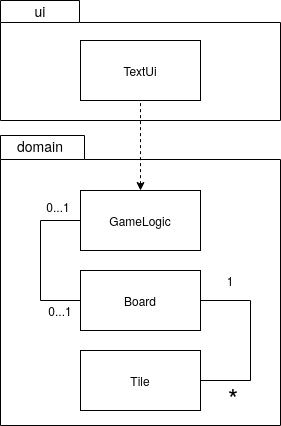
The draw.io diagram dokumentointi/kuvat/pakkauskaavio.png in glinoen/ot-harjoitustyo2020, before a commit. Source tidied: cells renumbered, new cells last; positions are measured from the earlier drawing's top-left corner, leaving out a move shared by most shapes. Its diagram source:
```xml
<mxGraphModel>
  <root>
    <mxCell id="0" />
    <mxCell id="1" parent="0" />
    <mxCell id="2" style="shape=folder;fontStyle=1;spacingTop=10;tabWidth=79;tabHeight=22;tabPosition=left;html=1;" parent="1" vertex="1">
      <mxGeometry width="280" height="120" as="geometry" />
    </mxCell>
    <mxCell id="3" style="shape=folder;fontStyle=1;spacingTop=10;tabWidth=84;tabHeight=24;tabPosition=left;html=1;gradientColor=none;fillColor=#ffffff;" parent="1" vertex="1">
      <mxGeometry y="135" width="280" height="290" as="geometry" />
    </mxCell>
    <mxCell id="4" style="edgeStyle=orthogonalEdgeStyle;rounded=0;jettySize=auto;html=1;entryX=0;entryY=0.5;entryDx=0;entryDy=0;endArrow=none;endFill=0;" parent="1" edge="1" source="5" target="7">
      <mxGeometry relative="1" as="geometry">
        <Array as="points">
          <mxPoint x="40" y="220" />
          <mxPoint x="40" y="300" />
        </Array>
      </mxGeometry>
    </mxCell>
    <mxCell id="5" value="GameLogic" style="rounded=0;whiteSpace=wrap;html=1;" parent="1" vertex="1">
      <mxGeometry x="80" y="190" width="120" height="60" as="geometry" />
    </mxCell>
    <mxCell id="6" style="edgeStyle=orthogonalEdgeStyle;rounded=0;jettySize=auto;html=1;exitX=1;exitY=0.5;exitDx=0;exitDy=0;entryX=1;entryY=0.5;entryDx=0;entryDy=0;endArrow=none;endFill=0;" parent="1" edge="1" source="7" target="8">
      <mxGeometry relative="1" as="geometry">
        <Array as="points">
          <mxPoint x="250" y="300" />
          <mxPoint x="250" y="380" />
        </Array>
      </mxGeometry>
    </mxCell>
    <mxCell id="7" value="Board" style="rounded=0;whiteSpace=wrap;html=1;" parent="1" vertex="1">
      <mxGeometry x="80" y="270" width="120" height="60" as="geometry" />
    </mxCell>
    <mxCell id="8" value="Tile" style="rounded=0;whiteSpace=wrap;html=1;" parent="1" vertex="1">
      <mxGeometry x="80" y="350" width="120" height="60" as="geometry" />
    </mxCell>
    <mxCell id="9" style="endArrow=none;dashed=1;html=1;startArrow=classic;startFill=1;entryX=0.5;entryY=1;entryDx=0;entryDy=0;" parent="1" edge="1" source="5" target="16">
      <mxGeometry relative="1" as="geometry" />
    </mxCell>
    <mxCell id="10" value="1" style="text;html=1;strokeColor=none;fillColor=none;align=center;verticalAlign=middle;whiteSpace=wrap;rounded=0;" parent="1" vertex="1">
      <mxGeometry x="210" y="270" width="40" height="20" as="geometry" />
    </mxCell>
    <mxCell id="11" value="&lt;font style=&quot;font-size: 26px&quot;&gt;*&lt;/font&gt;" style="text;html=1;strokeColor=none;fillColor=none;align=center;verticalAlign=middle;whiteSpace=wrap;rounded=0;" parent="1" vertex="1">
      <mxGeometry x="213" y="386" width="40" height="20" as="geometry" />
    </mxCell>
    <mxCell id="12" value="0...1" style="text;html=1;strokeColor=none;fillColor=none;align=center;verticalAlign=middle;whiteSpace=wrap;rounded=0;" parent="1" vertex="1">
      <mxGeometry x="38" y="196" width="40" height="20" as="geometry" />
    </mxCell>
    <mxCell id="13" value="0...1" style="text;html=1;strokeColor=none;fillColor=none;align=center;verticalAlign=middle;whiteSpace=wrap;rounded=0;" parent="1" vertex="1">
      <mxGeometry x="40" y="300" width="40" height="20" as="geometry" />
    </mxCell>
    <mxCell id="14" value="&lt;font style=&quot;font-size: 14px&quot;&gt;domain&lt;/font&gt;" style="text;html=1;strokeColor=none;fillColor=none;align=center;verticalAlign=middle;whiteSpace=wrap;rounded=0;" parent="1" vertex="1">
      <mxGeometry x="20" y="135" width="40" height="20" as="geometry" />
    </mxCell>
    <mxCell id="15" value="&lt;font style=&quot;font-size: 14px&quot;&gt;ui&lt;/font&gt;" style="text;html=1;strokeColor=none;fillColor=none;align=center;verticalAlign=middle;whiteSpace=wrap;rounded=0;" parent="1" vertex="1">
      <mxGeometry x="20" width="40" height="20" as="geometry" />
    </mxCell>
    <mxCell id="16" value="TextUi" style="rounded=0;whiteSpace=wrap;html=1;" parent="1" vertex="1">
      <mxGeometry x="80" y="40" width="120" height="60" as="geometry" />
    </mxCell>
  </root>
</mxGraphModel>
```
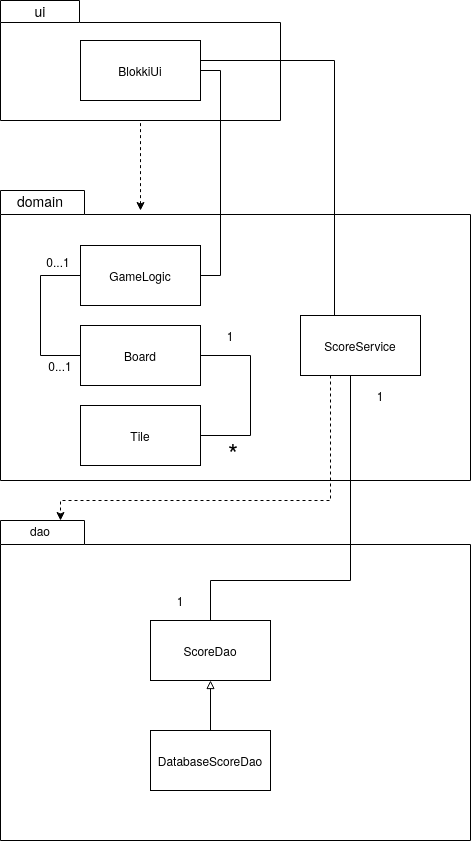
After the commit.

What changed in the source:
```diff
@@ -3,10 +3,10 @@
     <mxCell id="0" />
     <mxCell id="1" parent="0" />
     <mxCell id="2" style="shape=folder;fontStyle=1;spacingTop=10;tabWidth=79;tabHeight=22;tabPosition=left;html=1;" parent="1" vertex="1">
-      <mxGeometry width="280" height="120" as="geometry" />
+      <mxGeometry y="-55" width="280" height="120" as="geometry" />
     </mxCell>
     <mxCell id="3" style="shape=folder;fontStyle=1;spacingTop=10;tabWidth=84;tabHeight=24;tabPosition=left;html=1;gradientColor=none;fillColor=#ffffff;" parent="1" vertex="1">
-      <mxGeometry y="135" width="280" height="290" as="geometry" />
+      <mxGeometry y="135" width="470" height="290" as="geometry" />
     </mxCell>
     <mxCell id="4" style="edgeStyle=orthogonalEdgeStyle;rounded=0;jettySize=auto;html=1;entryX=0;entryY=0.5;entryDx=0;entryDy=0;endArrow=none;endFill=0;" parent="1" edge="1" source="5" target="7">
       <mxGeometry relative="1" as="geometry">
@@ -33,8 +33,11 @@
     <mxCell id="8" value="Tile" style="rounded=0;whiteSpace=wrap;html=1;" parent="1" vertex="1">
       <mxGeometry x="80" y="350" width="120" height="60" as="geometry" />
     </mxCell>
-    <mxCell id="9" style="endArrow=none;dashed=1;html=1;startArrow=classic;startFill=1;entryX=0.5;entryY=1;entryDx=0;entryDy=0;" parent="1" edge="1" source="5" target="16">
-      <mxGeometry relative="1" as="geometry" />
+    <mxCell id="9" style="endArrow=none;dashed=1;html=1;startArrow=classic;startFill=1;" parent="1" edge="1">
+      <mxGeometry relative="1" as="geometry">
+        <mxPoint x="140" y="155" as="sourcePoint" />
+        <mxPoint x="140" y="65" as="targetPoint" />
+      </mxGeometry>
     </mxCell>
     <mxCell id="10" value="1" style="text;html=1;strokeColor=none;fillColor=none;align=center;verticalAlign=middle;whiteSpace=wrap;rounded=0;" parent="1" vertex="1">
       <mxGeometry x="210" y="270" width="40" height="20" as="geometry" />
@@ -52,10 +55,74 @@
       <mxGeometry x="20" y="135" width="40" height="20" as="geometry" />
     </mxCell>
     <mxCell id="15" value="&lt;font style=&quot;font-size: 14px&quot;&gt;ui&lt;/font&gt;" style="text;html=1;strokeColor=none;fillColor=none;align=center;verticalAlign=middle;whiteSpace=wrap;rounded=0;" parent="1" vertex="1">
-      <mxGeometry x="20" width="40" height="20" as="geometry" />
+      <mxGeometry x="20" y="-55" width="40" height="20" as="geometry" />
     </mxCell>
+    <mxCell id="17" style="edgeStyle=orthogonalEdgeStyle;rounded=0;jettySize=auto;html=1;entryX=1;entryY=0.5;entryDx=0;entryDy=0;endArrow=none;endFill=0;" parent="1" edge="1" source="16" target="5">
+      <mxGeometry relative="1" as="geometry">
+        <Array as="points">
+          <mxPoint x="220" y="15" />
+          <mxPoint x="220" y="220" />
+        </Array>
+      </mxGeometry>
+    </mxCell>
+    <mxCell id="18" style="edgeStyle=orthogonalEdgeStyle;rounded=0;jettySize=auto;html=1;entryX=0.45;entryY=0.033;entryDx=0;entryDy=0;entryPerimeter=0;endArrow=none;endFill=0;" parent="1" edge="1" source="16" target="21">
+      <mxGeometry relative="1" as="geometry">
+        <Array as="points">
+          <mxPoint x="334" y="5" />
+        </Array>
+      </mxGeometry>
+    </mxCell>
-    <mxCell id="16" value="TextUi" style="rounded=0;whiteSpace=wrap;html=1;" parent="1" vertex="1">
-      <mxGeometry x="80" y="40" width="120" height="60" as="geometry" />
+    <mxCell id="16" value="BlokkiUi" style="rounded=0;whiteSpace=wrap;html=1;" parent="1" vertex="1">
+      <mxGeometry x="80" y="-15" width="120" height="60" as="geometry" />
     </mxCell>
+    <mxCell id="19" style="edgeStyle=orthogonalEdgeStyle;rounded=0;jettySize=auto;html=1;entryX=0.5;entryY=0;entryDx=0;entryDy=0;endArrow=none;endFill=0;" parent="1" edge="1" source="21" target="24">
+      <mxGeometry relative="1" as="geometry">
+        <Array as="points">
+          <mxPoint x="350" y="565" />
+        </Array>
+      </mxGeometry>
+    </mxCell>
+    <mxCell id="20" style="edgeStyle=orthogonalEdgeStyle;rounded=0;jettySize=auto;html=1;endArrow=classic;endFill=1;dashed=1;" parent="1" edge="1" source="21" target="22">
+      <mxGeometry relative="1" as="geometry">
+        <Array as="points">
+          <mxPoint x="330" y="445" />
+          <mxPoint x="60" y="445" />
+        </Array>
+      </mxGeometry>
+    </mxCell>
+    <mxCell id="21" value="ScoreService" style="rounded=0;whiteSpace=wrap;html=1;" parent="1" vertex="1">
+      <mxGeometry x="300" y="260" width="120" height="60" as="geometry" />
+    </mxCell>
+    <mxCell id="22" style="shape=folder;fontStyle=1;spacingTop=10;tabWidth=84;tabHeight=24;tabPosition=left;html=1;gradientColor=none;fillColor=#ffffff;" parent="1" vertex="1">
+      <mxGeometry y="465" width="470" height="320" as="geometry" />
+    </mxCell>
+    <mxCell id="23" style="edgeStyle=orthogonalEdgeStyle;rounded=0;jettySize=auto;html=1;endArrow=none;endFill=0;" parent="1" edge="1" source="24">
+      <mxGeometry relative="1" as="geometry">
+        <mxPoint x="350" y="465" as="targetPoint" />
+        <Array as="points">
+          <mxPoint x="210" y="525" />
+          <mxPoint x="350" y="525" />
+          <mxPoint x="350" y="485" />
+        </Array>
+      </mxGeometry>
+    </mxCell>
+    <mxCell id="24" value="ScoreDao" style="rounded=0;whiteSpace=wrap;html=1;" parent="1" vertex="1">
+      <mxGeometry x="150" y="565" width="120" height="60" as="geometry" />
+    </mxCell>
+    <mxCell id="25" value="dao" style="text;html=1;strokeColor=none;fillColor=none;align=center;verticalAlign=middle;whiteSpace=wrap;rounded=0;" parent="1" vertex="1">
+      <mxGeometry x="20" y="465" width="40" height="20" as="geometry" />
+    </mxCell>
+    <mxCell id="26" style="edgeStyle=orthogonalEdgeStyle;rounded=0;jettySize=auto;html=1;endArrow=block;endFill=0;" parent="1" edge="1" source="27" target="24">
+      <mxGeometry relative="1" as="geometry" />
+    </mxCell>
+    <mxCell id="27" value="DatabaseScoreDao" style="rounded=0;whiteSpace=wrap;html=1;" parent="1" vertex="1">
+      <mxGeometry x="150" y="675" width="120" height="60" as="geometry" />
+    </mxCell>
+    <mxCell id="28" value="1" style="text;html=1;strokeColor=none;fillColor=none;align=center;verticalAlign=middle;whiteSpace=wrap;rounded=0;" parent="1" vertex="1">
+      <mxGeometry x="360" y="330" width="40" height="20" as="geometry" />
+    </mxCell>
+    <mxCell id="29" value="1" style="text;html=1;strokeColor=none;fillColor=none;align=center;verticalAlign=middle;whiteSpace=wrap;rounded=0;" parent="1" vertex="1">
+      <mxGeometry x="160" y="535" width="40" height="20" as="geometry" />
+    </mxCell>
   </root>
 </mxGraphModel>
```
